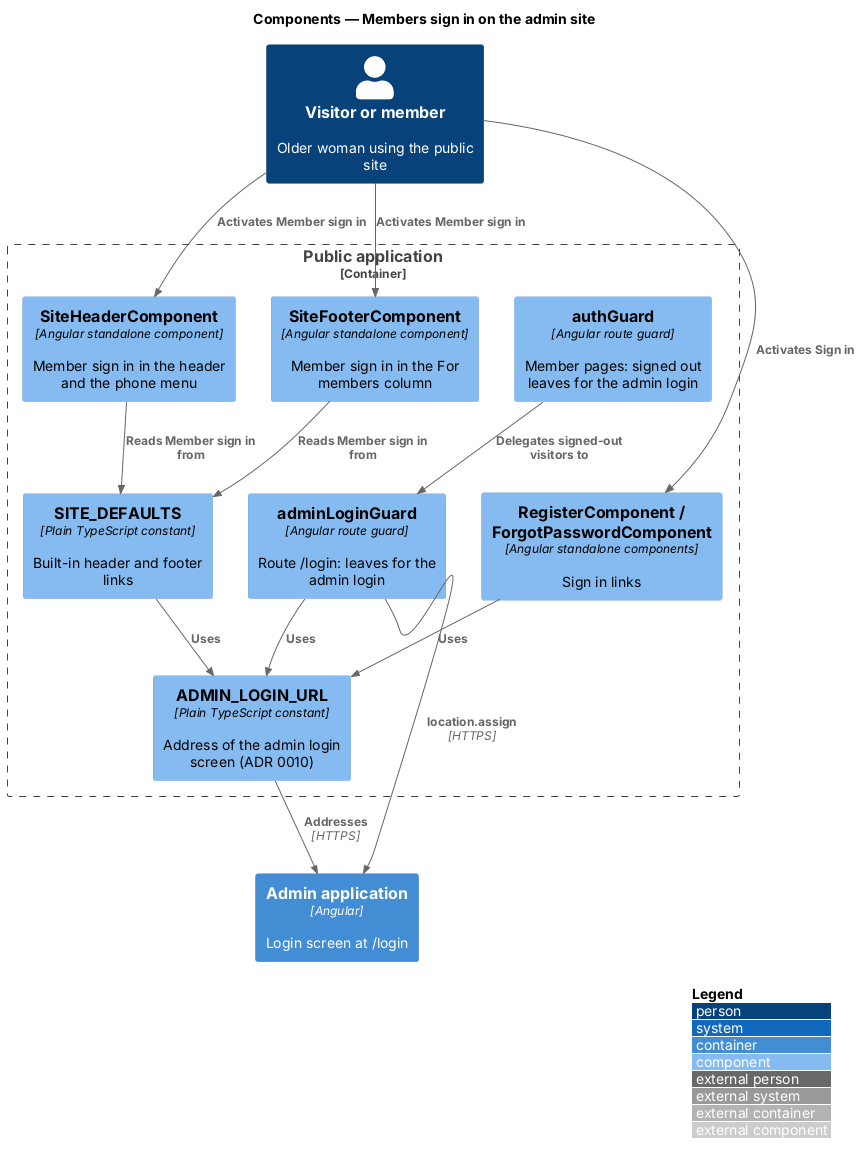
This is docs/detailed-designs/public-app/sign-in-on-admin-site/diagrams/c4-component.png from QuinntyneBrown/Coop, a PlantUML export, as it was before one commit.
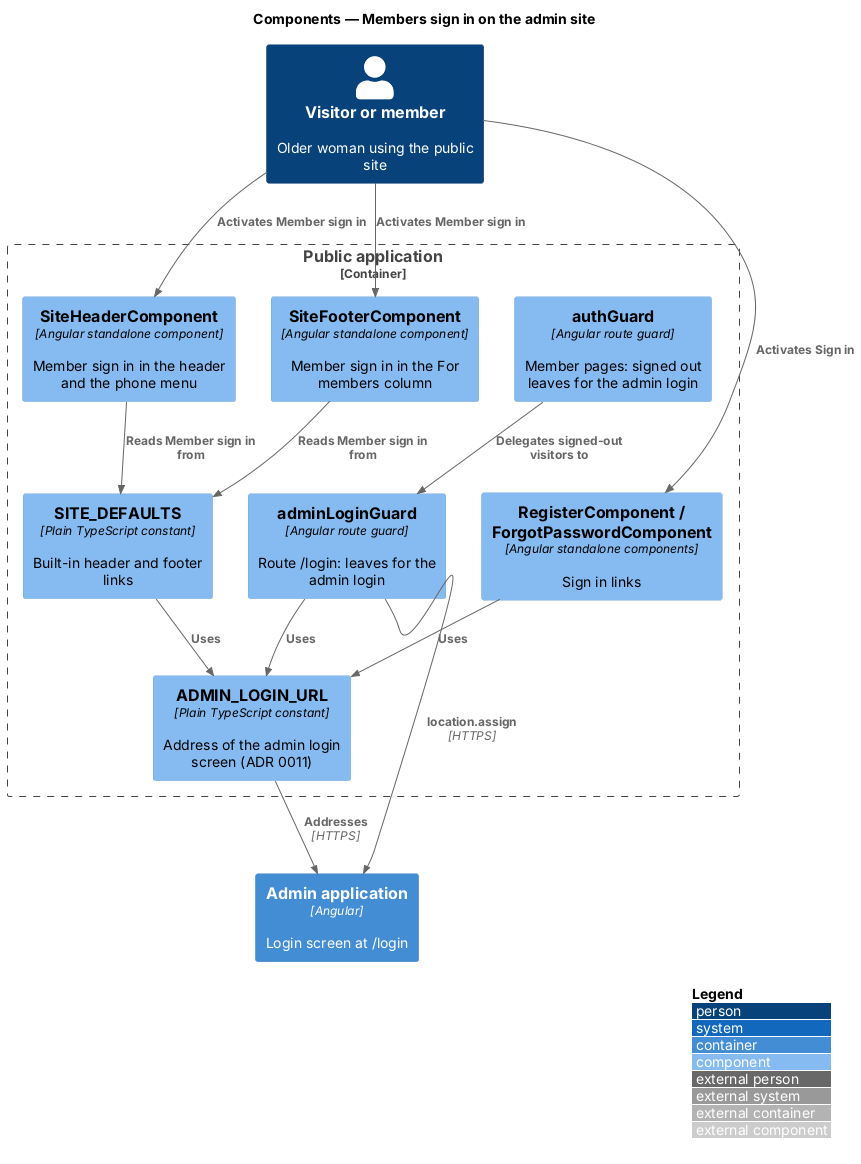
Later version of the same file.

Commit message:
Renumber the admin login address ADR to 0011 after rebasing on main

Change to the diagram source:
```diff
@@ -9,7 +9,7 @@
   Component(siteFooter, "SiteFooterComponent", "Angular standalone component", "Member sign in in the For members column")
   Component(register, "RegisterComponent / ForgotPasswordComponent", "Angular standalone components", "Sign in links")
   Component(defaults, "SITE_DEFAULTS", "Plain TypeScript constant", "Built-in header and footer links")
-  Component(url, "ADMIN_LOGIN_URL", "Plain TypeScript constant", "Address of the admin login screen (ADR 0010)")
+  Component(url, "ADMIN_LOGIN_URL", "Plain TypeScript constant", "Address of the admin login screen (ADR 0011)")
   Component(loginGuard, "adminLoginGuard", "Angular route guard", "Route /login: leaves for the admin login")
   Component(authGuard, "authGuard", "Angular route guard", "Member pages: signed out leaves for the admin login")
 }
```
